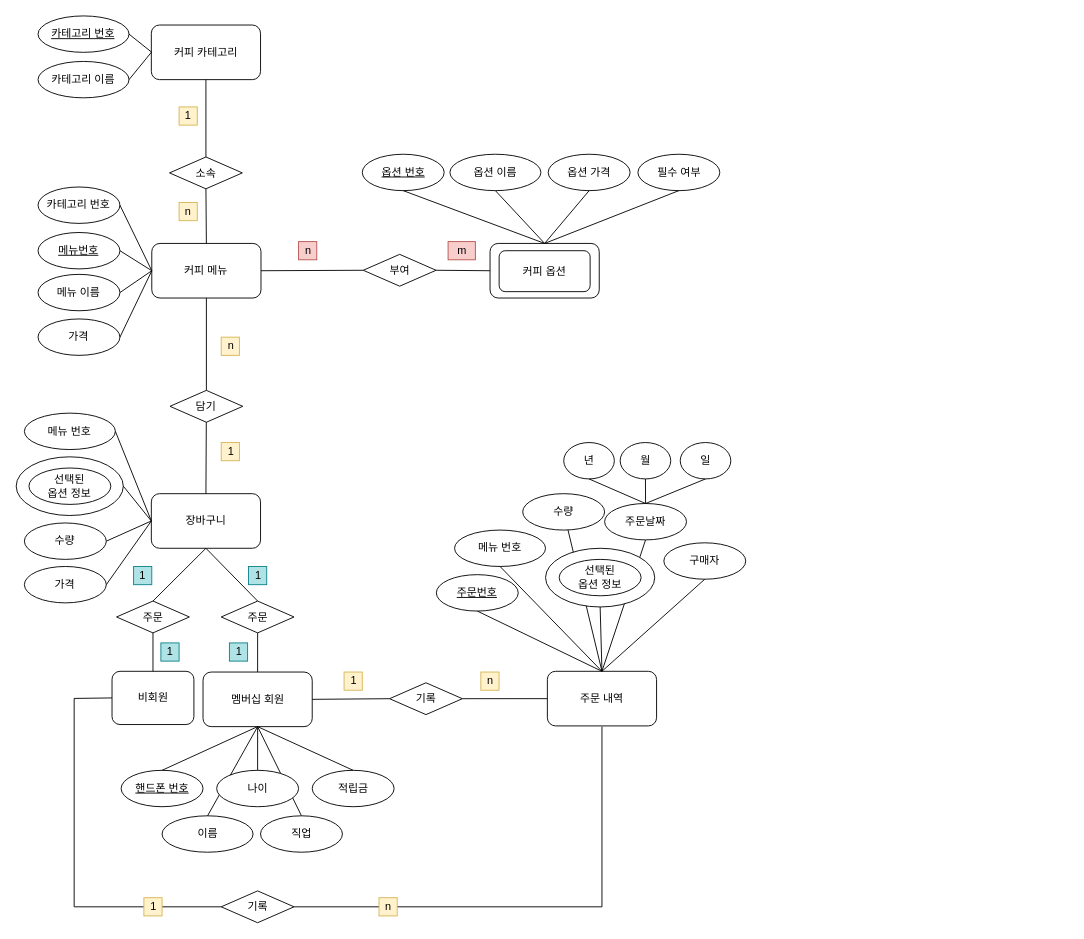
Before: cafe.drawio in jdohun/22-1Database, a draw.io diagram. Source tidied: cells renumbered, new cells numbered last; positions are measured from the earlier drawing's top-left corner, leaving out a move shared by most shapes. Both pictures are drawn from the tidied source at 91%, with x=0, y=0 at pixel (15, 15).
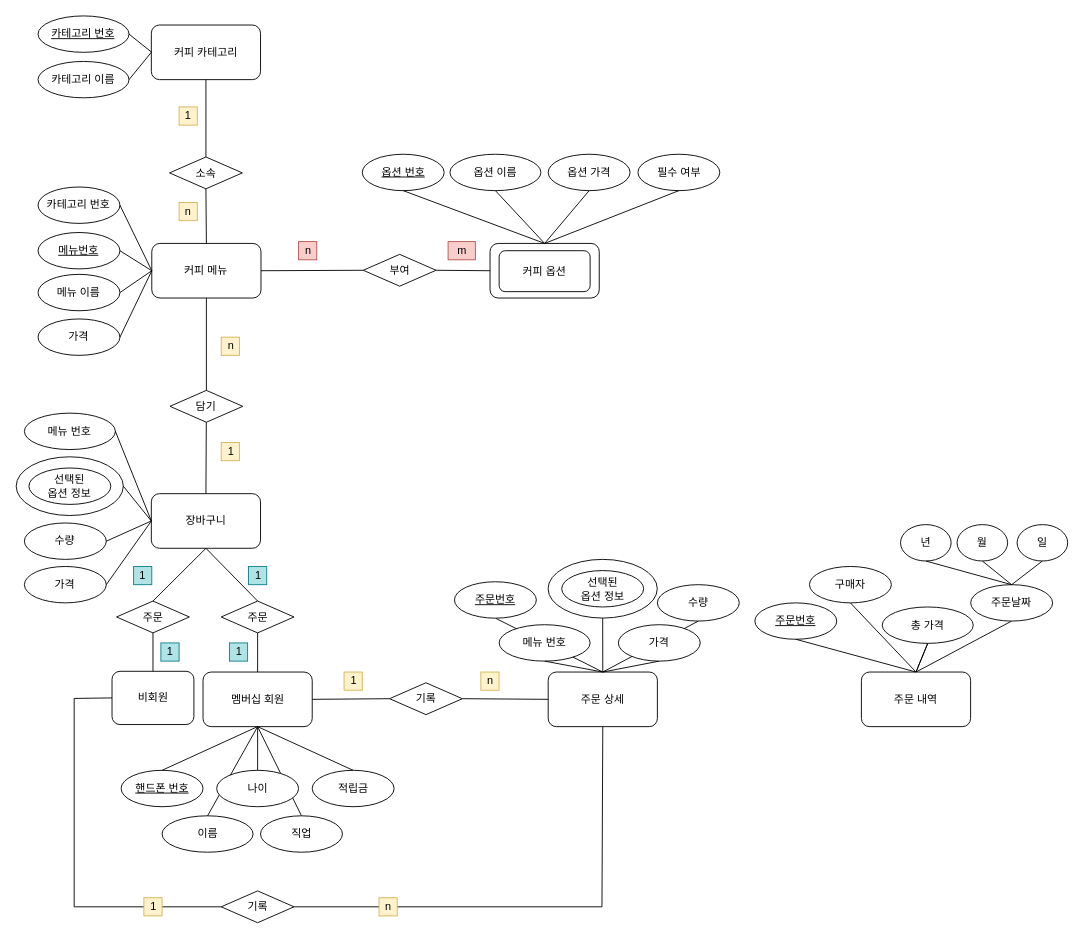
Above is the later version.

Unchanged cells that the change refers to:
```xml
<mxCell id="80" value="기록" style="rhombus;whiteSpace=wrap;html=1;rounded=0;" parent="1" vertex="1">
  <mxGeometry x="225.6" y="961.5" width="80" height="35" as="geometry" />
</mxCell>
<mxCell id="82" value="기록" style="rhombus;whiteSpace=wrap;html=1;rounded=0;" parent="1" vertex="1">
  <mxGeometry x="410.6" y="732.8" width="80" height="35" as="geometry" />
</mxCell>
```

Change to the diagram source:
```diff
@@
+    <mxCell id="87" style="endArrow=none;html=1;rounded=0;entryX=0.5;entryY=1;entryDx=0;entryDy=0;exitX=0.5;exitY=0;exitDx=0;exitDy=0;" parent="1" edge="1" source="17" target="25">
+      <mxGeometry relative="1" as="geometry" />
+    </mxCell>
+    <mxCell id="103" style="endArrow=none;html=1;rounded=0;exitX=0.5;exitY=0;exitDx=0;exitDy=0;entryX=0.5;entryY=1;entryDx=0;entryDy=0;" parent="1" edge="1" source="104" target="107">
+      <mxGeometry relative="1" as="geometry" />
+    </mxCell>
+    <mxCell id="3" style="endArrow=none;html=1;rounded=0;entryX=0.5;entryY=1;entryDx=0;entryDy=0;exitX=0.5;exitY=0;exitDx=0;exitDy=0;startArrow=none;" parent="1" edge="1" source="17" target="19">
+      <mxGeometry relative="1" as="geometry" />
+    </mxCell>
@@
-    <mxCell id="3" style="endArrow=none;html=1;rounded=0;entryX=0.5;entryY=1;entryDx=0;entryDy=0;exitX=0.5;exitY=0;exitDx=0;exitDy=0;" parent="1" edge="1" source="17" target="19">
-      <mxGeometry relative="1" as="geometry" />
-    </mxCell>
-    <mxCell id="4" style="endArrow=none;html=1;rounded=0;exitX=0.5;exitY=0;exitDx=0;exitDy=0;" parent="1" edge="1" source="17" target="73">
-      <mxGeometry relative="1" as="geometry" />
-    </mxCell>
@@
     <mxCell id="17" value="주문 내역" style="rounded=1;whiteSpace=wrap;html=1;" parent="1" vertex="1">
-      <mxGeometry x="584" y="720.2" width="120" height="60" as="geometry" />
+      <mxGeometry x="929.1" y="721" width="120" height="60" as="geometry" />
     </mxCell>
-    <mxCell id="18" value="메뉴 번호" style="ellipse;whiteSpace=wrap;html=1;rounded=0;" parent="1" vertex="1">
-      <mxGeometry x="482" y="565" width="100" height="40" as="geometry" />
-    </mxCell>
     <mxCell id="19" value="주문날짜" style="ellipse;whiteSpace=wrap;html=1;rounded=0;" parent="1" vertex="1">
-      <mxGeometry x="646.9" y="535.8" width="90" height="40" as="geometry" />
+      <mxGeometry x="1049.2" y="625" width="90" height="40" as="geometry" />
     </mxCell>
@@
     <mxCell id="25" value="구매자" style="ellipse;whiteSpace=wrap;html=1;rounded=0;" parent="1" vertex="1">
-      <mxGeometry x="712" y="579" width="90" height="40" as="geometry" />
+      <mxGeometry x="872" y="605" width="90" height="40" as="geometry" />
     </mxCell>
@@
     <mxCell id="33" value="년" style="ellipse;whiteSpace=wrap;html=1;rounded=0;" parent="1" vertex="1">
-      <mxGeometry x="602" y="468.8" width="55.6" height="40" as="geometry" />
+      <mxGeometry x="972.1" y="559" width="55.6" height="40" as="geometry" />
     </mxCell>
     <mxCell id="34" value="월" style="ellipse;whiteSpace=wrap;html=1;rounded=0;" parent="1" vertex="1">
-      <mxGeometry x="664" y="468.8" width="55.6" height="40" as="geometry" />
+      <mxGeometry x="1034.2" y="559" width="55.6" height="40" as="geometry" />
     </mxCell>
     <mxCell id="35" value="일" style="ellipse;whiteSpace=wrap;html=1;rounded=0;" parent="1" vertex="1">
-      <mxGeometry x="730" y="468.8" width="55.6" height="40" as="geometry" />
+      <mxGeometry x="1100.2" y="559" width="55.6" height="40" as="geometry" />
     </mxCell>
@@
     <mxCell id="70" style="ellipse;whiteSpace=wrap;html=1;rounded=0;" parent="1" vertex="1">
-      <mxGeometry x="582" y="585" width="120" height="64.5" as="geometry" />
+      <mxGeometry x="584.8" y="597.2" width="120" height="64.5" as="geometry" />
     </mxCell>
     <mxCell id="71" value="선택된&lt;br&gt;옵션 정보" style="ellipse;whiteSpace=wrap;html=1;rounded=0;" parent="1" vertex="1">
-      <mxGeometry x="597" y="597.2" width="90" height="40" as="geometry" />
+      <mxGeometry x="599.8" y="609.5" width="90" height="40" as="geometry" />
     </mxCell>
     <mxCell id="72" value="&lt;u&gt;주문번호&lt;/u&gt;" style="ellipse;whiteSpace=wrap;html=1;rounded=0;" parent="1" vertex="1">
-      <mxGeometry x="462" y="614" width="90" height="40" as="geometry" />
+      <mxGeometry x="812" y="645" width="90" height="40" as="geometry" />
     </mxCell>
     <mxCell id="73" value="수량" style="ellipse;whiteSpace=wrap;html=1;rounded=0;" parent="1" vertex="1">
-      <mxGeometry x="556.9" y="525" width="90" height="40" as="geometry" />
+      <mxGeometry x="704.9" y="625" width="90" height="40" as="geometry" />
     </mxCell>
@@
-    <mxCell id="84" style="endArrow=none;html=1;rounded=0;exitX=1;exitY=0.5;exitDx=0;exitDy=0;" parent="1" edge="1" source="82" target="17">
+    <mxCell id="84" style="endArrow=none;html=1;rounded=0;exitX=1;exitY=0.5;exitDx=0;exitDy=0;entryX=0;entryY=0.5;entryDx=0;entryDy=0;" parent="1" edge="1" source="82" target="104">
       <mxGeometry relative="1" as="geometry" />
     </mxCell>
-    <mxCell id="85" style="endArrow=none;html=1;rounded=0;exitX=1;exitY=0.5;exitDx=0;exitDy=0;" parent="1" edge="1" source="80">
+    <mxCell id="85" style="endArrow=none;html=1;rounded=0;exitX=1;exitY=0.5;exitDx=0;exitDy=0;entryX=0.5;entryY=1;entryDx=0;entryDy=0;" parent="1" edge="1" source="80" target="104">
       <mxGeometry relative="1" as="geometry">
-        <mxPoint x="644" y="781" as="targetPoint" />
         <Array as="points">
           <mxPoint x="644" y="979" />
         </Array>
       </mxGeometry>
     </mxCell>
@@
-    <mxCell id="87" style="endArrow=none;html=1;rounded=0;entryX=0.5;entryY=1;entryDx=0;entryDy=0;exitX=0.5;exitY=0;exitDx=0;exitDy=0;" parent="1" edge="1" source="17" target="25">
-      <mxGeometry relative="1" as="geometry" />
-    </mxCell>
-    <mxCell id="88" style="endArrow=none;html=1;rounded=0;exitX=0.5;exitY=1;exitDx=0;exitDy=0;entryX=0.5;entryY=0;entryDx=0;entryDy=0;" parent="1" edge="1" source="70" target="17">
-      <mxGeometry relative="1" as="geometry" />
-    </mxCell>
@@
+    <mxCell id="104" value="주문 상세" style="rounded=1;whiteSpace=wrap;html=1;" parent="1" vertex="1">
+      <mxGeometry x="584.9" y="721" width="120" height="60" as="geometry" />
+    </mxCell>
+    <mxCell id="105" value="메뉴 번호" style="ellipse;whiteSpace=wrap;html=1;rounded=0;" parent="1" vertex="1">
+      <mxGeometry x="531" y="669" width="100" height="40" as="geometry" />
+    </mxCell>
+    <mxCell id="18" value="총 가격" style="ellipse;whiteSpace=wrap;html=1;rounded=0;" parent="1" vertex="1">
+      <mxGeometry x="952" y="649.5" width="100" height="40" as="geometry" />
+    </mxCell>
+    <mxCell id="106" style="endArrow=none;html=1;rounded=0;entryX=0.5;entryY=1;entryDx=0;entryDy=0;exitX=0.5;exitY=0;exitDx=0;exitDy=0;" parent="1" edge="1" source="17" target="18">
+      <mxGeometry relative="1" as="geometry" />
+    </mxCell>
+    <mxCell id="107" value="&lt;u&gt;주문번호&lt;/u&gt;" style="ellipse;whiteSpace=wrap;html=1;rounded=0;" parent="1" vertex="1">
+      <mxGeometry x="481.9" y="621.8" width="90" height="40" as="geometry" />
+    </mxCell>
+    <mxCell id="108" style="endArrow=none;html=1;rounded=0;exitX=0.5;exitY=0;exitDx=0;exitDy=0;entryX=0.5;entryY=1;entryDx=0;entryDy=0;" parent="1" edge="1" source="104" target="73">
+      <mxGeometry relative="1" as="geometry" />
+    </mxCell>
+    <mxCell id="109" style="endArrow=none;html=1;rounded=0;exitX=0.5;exitY=0;exitDx=0;exitDy=0;entryX=0.5;entryY=1;entryDx=0;entryDy=0;" parent="1" edge="1" source="104" target="112">
+      <mxGeometry relative="1" as="geometry" />
+    </mxCell>
+    <mxCell id="110" style="endArrow=none;html=1;rounded=0;exitX=0.5;exitY=0;exitDx=0;exitDy=0;entryX=0.5;entryY=1;entryDx=0;entryDy=0;" parent="1" edge="1" source="104" target="70">
+      <mxGeometry relative="1" as="geometry" />
+    </mxCell>
+    <mxCell id="111" style="endArrow=none;html=1;rounded=0;exitX=0.5;exitY=0;exitDx=0;exitDy=0;entryX=0.5;entryY=1;entryDx=0;entryDy=0;" parent="1" edge="1" source="104" target="105">
+      <mxGeometry relative="1" as="geometry" />
+    </mxCell>
+    <mxCell id="112" value="가격" style="ellipse;whiteSpace=wrap;html=1;rounded=0;" parent="1" vertex="1">
+      <mxGeometry x="662" y="669" width="90" height="40" as="geometry" />
+    </mxCell>
+    <mxCell id="113" style="edgeStyle=orthogonalEdgeStyle;rounded=0;orthogonalLoop=1;jettySize=auto;html=1;exitX=0.5;exitY=1;exitDx=0;exitDy=0;" parent="1" edge="1" source="73" target="73">
+      <mxGeometry relative="1" as="geometry" />
+    </mxCell>
+    <mxCell id="114" style="edgeStyle=orthogonalEdgeStyle;rounded=0;orthogonalLoop=1;jettySize=auto;html=1;exitX=0.5;exitY=1;exitDx=0;exitDy=0;" parent="1" edge="1" source="105" target="105">
+      <mxGeometry relative="1" as="geometry" />
+    </mxCell>
```
